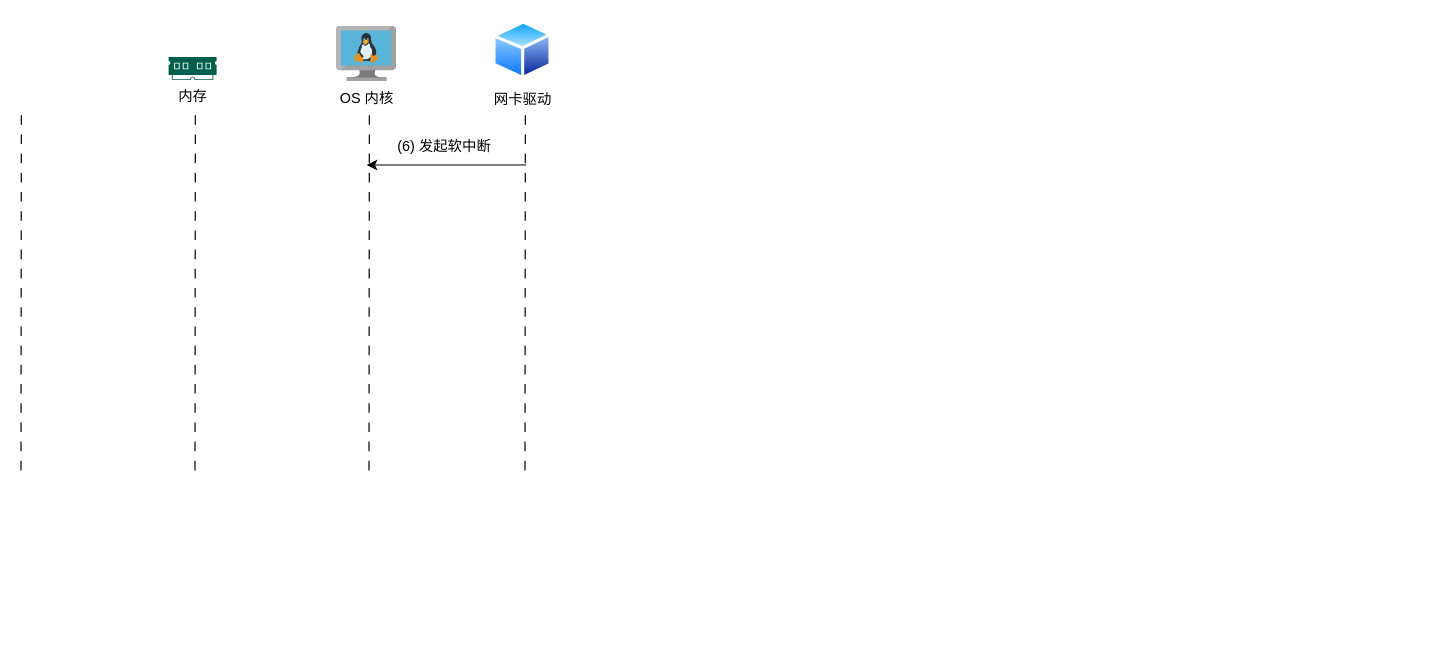
Above: soft-interrupt.drawio in fsJerryChan/fsJerryChan (draw.io), before the change. Source tidied: cells renumbered, new cells numbered last; positions are measured from the earlier drawing's top-left corner, leaving out a move shared by most shapes. Both pictures are drawn from the tidied source at 120%, with x=0, y=0 at pixel (20, 20).
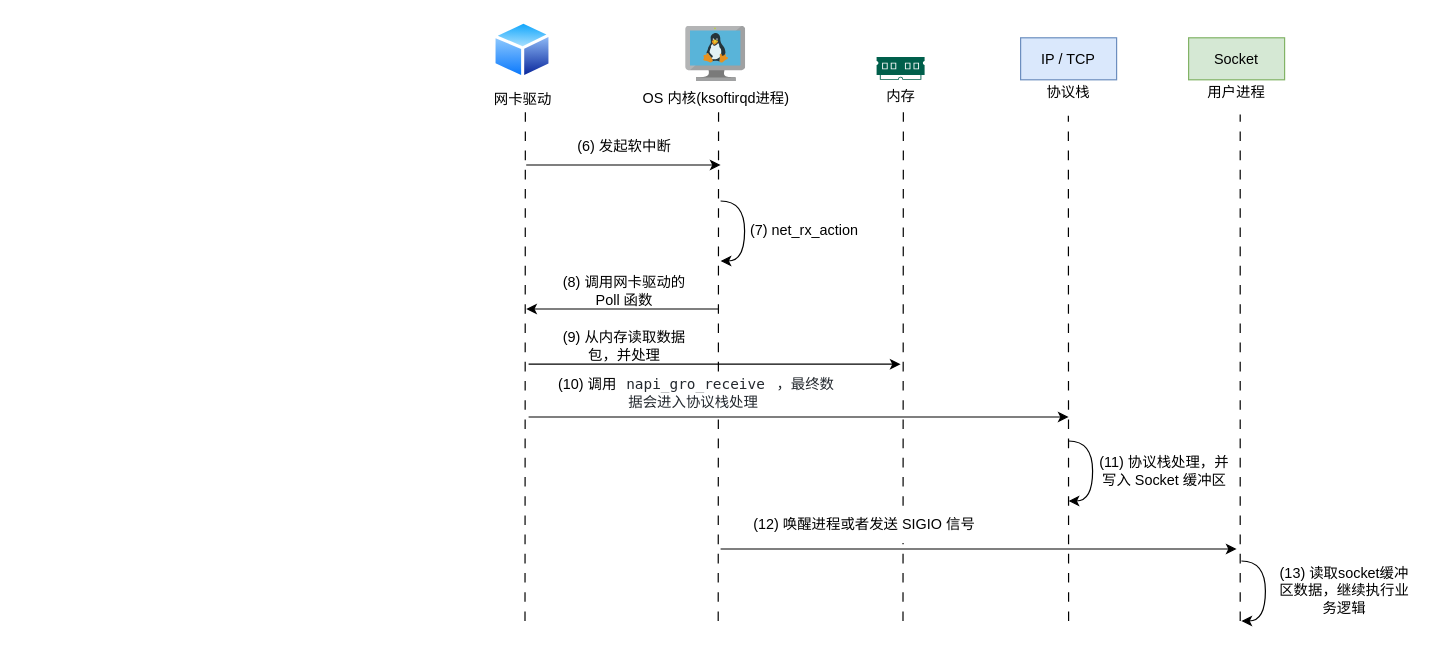
The same page after the edit.

Diff of the diagram source:
```diff
@@
-    <mxCell id="2" value="OS 内核" style="image;sketch=0;html=1;align=center;fontSize=12;image=img/lib/mscae/VM_Linux.svg;" parent="1" vertex="1">
-      <mxGeometry x="263" y="4.5" width="50" height="46" as="geometry" />
+    <mxCell id="2" value="OS 内核(ksoftirqd进程)" style="image;sketch=0;html=1;align=center;fontSize=12;image=img/lib/mscae/VM_Linux.svg;" parent="1" vertex="1">
+      <mxGeometry x="554" y="4.5" width="50" height="46" as="geometry" />
     </mxCell>
     <mxCell id="3" value="内存" style="sketch=0;shadow=0;dashed=0;html=1;strokeColor=none;fillColor=#005F4B;labelPosition=center;verticalLabelPosition=bottom;verticalAlign=top;align=center;shape=mxgraph.veeam2.ram;" parent="1" vertex="1">
-      <mxGeometry x="123" y="30" width="40" height="19" as="geometry" />
+      <mxGeometry x="713" y="30" width="40" height="19" as="geometry" />
     </mxCell>
-    <mxCell id="4" style="endArrow=none;html=1;rounded=0;dashed=1;dashPattern=8 8;" parent="1" edge="1">
-      <mxGeometry relative="1" as="geometry">
-        <mxPoint y="374.5" as="sourcePoint" />
-        <mxPoint x="0.3" y="74.5" as="targetPoint" />
-      </mxGeometry>
-    </mxCell>
     <mxCell id="5" style="endArrow=none;html=1;rounded=0;dashed=1;dashPattern=8 8;" parent="1" edge="1">
       <mxGeometry relative="1" as="geometry">
-        <mxPoint x="145" y="374.5" as="sourcePoint" />
-        <mxPoint x="145.3" y="74.5" as="targetPoint" />
+        <mxPoint x="735" y="500" as="sourcePoint" />
+        <mxPoint x="735.3" y="74.5" as="targetPoint" />
       </mxGeometry>
     </mxCell>
     <mxCell id="6" style="endArrow=none;html=1;rounded=0;dashed=1;dashPattern=8 8;" parent="1" edge="1">
       <mxGeometry relative="1" as="geometry">
-        <mxPoint x="290" y="374.5" as="sourcePoint" />
-        <mxPoint x="290.3" y="74.5" as="targetPoint" />
+        <mxPoint x="581" y="500" as="sourcePoint" />
+        <mxPoint x="581.3" y="74.5" as="targetPoint" />
       </mxGeometry>
     </mxCell>
@@
     <mxCell id="8" style="endArrow=none;html=1;rounded=0;dashed=1;dashPattern=8 8;" parent="1" edge="1">
       <mxGeometry relative="1" as="geometry">
-        <mxPoint x="420" y="374.5" as="sourcePoint" />
+        <mxPoint x="420" y="500" as="sourcePoint" />
         <mxPoint x="420.3" y="74.5" as="targetPoint" />
       </mxGeometry>
     </mxCell>
     <mxCell id="9" style="endArrow=classic;html=1;rounded=0;" parent="1" edge="1">
       <mxGeometry relative="1" as="geometry">
         <mxPoint x="421" y="120" as="sourcePoint" />
-        <mxPoint x="288" y="120" as="targetPoint" />
+        <mxPoint x="583" y="120" as="targetPoint" />
       </mxGeometry>
     </mxCell>
     <mxCell id="10" value="(6) 发起软中断" style="text;strokeColor=none;align=center;fillColor=none;html=1;verticalAlign=middle;whiteSpace=wrap;rounded=0;" parent="1" vertex="1">
-      <mxGeometry x="293" y="90" width="120" height="30" as="geometry" />
+      <mxGeometry x="443" y="90" width="120" height="30" as="geometry" />
     </mxCell>
+    <mxCell id="11" style="endArrow=classic;html=1;rounded=0;edgeStyle=orthogonalEdgeStyle;curved=1;" parent="1" edge="1">
+      <mxGeometry relative="1" as="geometry">
+        <mxPoint x="583" y="150" as="sourcePoint" />
+        <mxPoint x="583" y="200" as="targetPoint" />
+        <Array as="points">
+          <mxPoint x="603" y="150" />
+          <mxPoint x="603" y="200" />
+        </Array>
+      </mxGeometry>
+    </mxCell>
+    <mxCell id="12" value="(7) net_rx_action" style="text;strokeColor=none;align=center;fillColor=none;html=1;verticalAlign=middle;whiteSpace=wrap;rounded=0;" parent="1" vertex="1">
+      <mxGeometry x="593" y="160" width="120" height="30" as="geometry" />
+    </mxCell>
+    <mxCell id="13" style="endArrow=classic;html=1;rounded=0;" parent="1" edge="1">
+      <mxGeometry relative="1" as="geometry">
+        <mxPoint x="581" y="240" as="sourcePoint" />
+        <mxPoint x="421" y="240" as="targetPoint" />
+      </mxGeometry>
+    </mxCell>
+    <mxCell id="14" value="(8) 调用网卡驱动的 Poll 函数" style="text;strokeColor=none;align=center;fillColor=none;html=1;verticalAlign=middle;whiteSpace=wrap;rounded=0;" parent="1" vertex="1">
+      <mxGeometry x="443" y="210" width="120" height="30" as="geometry" />
+    </mxCell>
+    <mxCell id="15" style="endArrow=classic;html=1;rounded=0;" parent="1" edge="1">
+      <mxGeometry relative="1" as="geometry">
+        <mxPoint x="423" y="286" as="sourcePoint" />
+        <mxPoint x="733" y="286" as="targetPoint" />
+      </mxGeometry>
+    </mxCell>
+    <mxCell id="16" value="(9) 从内存读取数据包，并处理" style="text;strokeColor=none;align=center;fillColor=none;html=1;verticalAlign=middle;whiteSpace=wrap;rounded=0;" parent="1" vertex="1">
+      <mxGeometry x="443" y="256" width="120" height="30" as="geometry" />
+    </mxCell>
+    <mxCell id="17" value="IP / TCP" style="rounded=0;whiteSpace=wrap;html=1;fillColor=#dae8fc;strokeColor=#6c8ebf;" parent="1" vertex="1">
+      <mxGeometry x="833" y="14" width="80" height="35" as="geometry" />
+    </mxCell>
+    <mxCell id="18" value="协议栈" style="text;strokeColor=none;align=center;fillColor=none;html=1;verticalAlign=middle;whiteSpace=wrap;rounded=0;" parent="1" vertex="1">
+      <mxGeometry x="843" y="50.5" width="60" height="19.5" as="geometry" />
+    </mxCell>
+    <mxCell id="19" style="endArrow=none;html=1;rounded=0;dashed=1;dashPattern=8 8;" parent="1" edge="1">
+      <mxGeometry relative="1" as="geometry">
+        <mxPoint x="873" y="500" as="sourcePoint" />
+        <mxPoint x="872.8" y="79" as="targetPoint" />
+      </mxGeometry>
+    </mxCell>
+    <mxCell id="20" style="endArrow=classic;html=1;rounded=0;" parent="1" edge="1">
+      <mxGeometry relative="1" as="geometry">
+        <mxPoint x="423" y="330" as="sourcePoint" />
+        <mxPoint x="873" y="330" as="targetPoint" />
+      </mxGeometry>
+    </mxCell>
+    <mxCell id="21" value="&lt;font&gt;(10) 调用&amp;nbsp;&lt;code style=&quot;font-family: ui-monospace, SFMono-Regular, &amp;quot;SF Mono&amp;quot;, Menlo, Consolas, &amp;quot;Liberation Mono&amp;quot;, monospace; padding: 0.2em 0.4em; margin: 0px; background-color: var(--color-neutral-muted); border-radius: 6px; color: rgb(36, 41, 47); text-align: left;&quot;&gt;napi_gro_receive&lt;/code&gt;&lt;code style=&quot;padding: 0.2em 0.4em; margin: 0px; border-radius: 6px; color: rgb(36, 41, 47); text-align: left; background-color: rgb(255, 255, 255);&quot;&gt;&lt;font style=&quot;&quot; face=&quot;-apple-system, BlinkMacSystemFont, 微软雅黑, PingFang SC, Helvetica, Arial, Hiragino Sans GB, Microsoft YaHei, SimSun, 宋体, Heiti, 黑体, sans-serif&quot;&gt;，最终数据会进入协议栈处理&lt;/font&gt;&lt;/code&gt;&lt;/font&gt;" style="text;strokeColor=none;align=center;fillColor=default;html=1;verticalAlign=middle;whiteSpace=wrap;rounded=0;" parent="1" vertex="1">
+      <mxGeometry x="443" y="296" width="240" height="30" as="geometry" />
+    </mxCell>
+    <mxCell id="22" value="Socket" style="rounded=0;whiteSpace=wrap;html=1;fillColor=#d5e8d4;strokeColor=#82b366;" parent="1" vertex="1">
+      <mxGeometry x="973" y="14" width="80" height="35" as="geometry" />
+    </mxCell>
+    <mxCell id="23" value="用户进程" style="text;strokeColor=none;align=center;fillColor=none;html=1;verticalAlign=middle;whiteSpace=wrap;rounded=0;" parent="1" vertex="1">
+      <mxGeometry x="983" y="50.5" width="60" height="19.5" as="geometry" />
+    </mxCell>
+    <mxCell id="24" style="endArrow=none;html=1;rounded=0;dashed=1;dashPattern=8 8;" parent="1" edge="1">
+      <mxGeometry relative="1" as="geometry">
+        <mxPoint x="1016" y="500" as="sourcePoint" />
+        <mxPoint x="1016" y="78" as="targetPoint" />
+      </mxGeometry>
+    </mxCell>
+    <mxCell id="25" style="endArrow=classic;html=1;rounded=0;edgeStyle=orthogonalEdgeStyle;curved=1;" parent="1" edge="1">
+      <mxGeometry relative="1" as="geometry">
+        <mxPoint x="873" y="350" as="sourcePoint" />
+        <mxPoint x="873" y="400" as="targetPoint" />
+        <Array as="points">
+          <mxPoint x="893" y="350" />
+          <mxPoint x="893" y="400" />
+        </Array>
+      </mxGeometry>
+    </mxCell>
+    <mxCell id="26" value="(11) 协议栈处理，并写入 Socket 缓冲区" style="text;strokeColor=none;align=center;fillColor=none;html=1;verticalAlign=middle;whiteSpace=wrap;rounded=0;" parent="1" vertex="1">
+      <mxGeometry x="893" y="360" width="120" height="30" as="geometry" />
+    </mxCell>
+    <mxCell id="27" style="endArrow=classic;html=1;rounded=0;" parent="1" edge="1">
+      <mxGeometry relative="1" as="geometry">
+        <mxPoint x="583" y="440" as="sourcePoint" />
+        <mxPoint x="1013" y="440" as="targetPoint" />
+      </mxGeometry>
+    </mxCell>
+    <mxCell id="28" value="(12) 唤醒进程或者发送 SIGIO 信号" style="text;strokeColor=none;align=center;fillColor=default;html=1;verticalAlign=middle;whiteSpace=wrap;rounded=0;" parent="1" vertex="1">
+      <mxGeometry x="593" y="405" width="220" height="30" as="geometry" />
+    </mxCell>
+    <mxCell id="29" style="endArrow=classic;html=1;rounded=0;edgeStyle=orthogonalEdgeStyle;curved=1;" parent="1" edge="1">
+      <mxGeometry relative="1" as="geometry">
+        <mxPoint x="1017" y="450" as="sourcePoint" />
+        <mxPoint x="1017" y="500" as="targetPoint" />
+        <Array as="points">
+          <mxPoint x="1037" y="450" />
+          <mxPoint x="1037" y="500" />
+        </Array>
+      </mxGeometry>
+    </mxCell>
+    <mxCell id="30" value="(13) 读取socket缓冲区数据，继续执行业务逻辑" style="text;strokeColor=none;align=center;fillColor=none;html=1;verticalAlign=middle;whiteSpace=wrap;rounded=0;" parent="1" vertex="1">
+      <mxGeometry x="1043" y="460" width="120" height="30" as="geometry" />
+    </mxCell>
```
